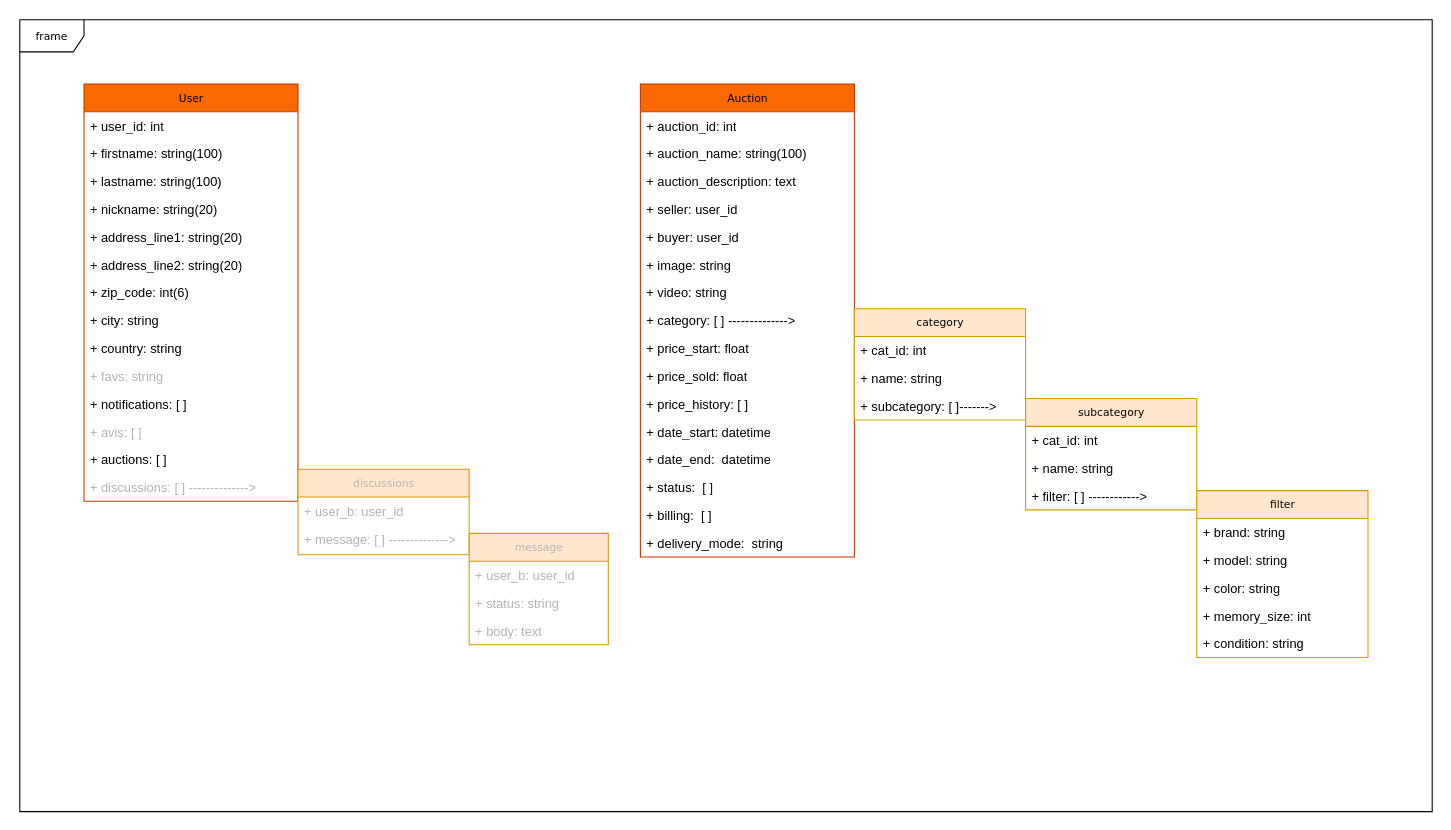
Before: Diagramme sans nom.drawio in leboncoin2023/leboncoin, a draw.io diagram. Source tidied: cells renumbered, new cells numbered last; positions are measured from the earlier drawing's top-left corner, leaving out a move shared by most shapes. Both pictures are drawn from the tidied source at 107%, with x=0, y=0 at pixel (19, 19).
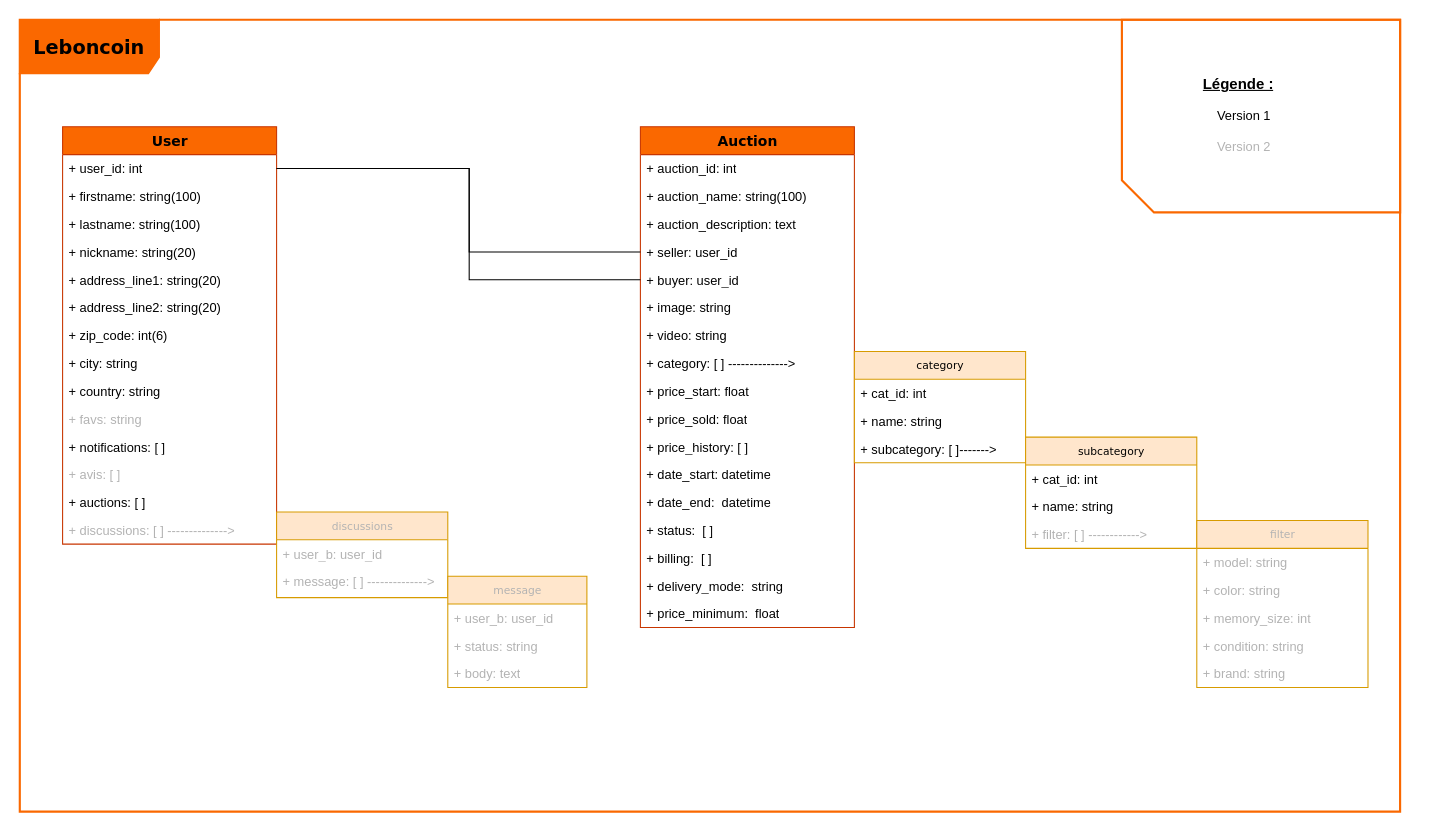
After the change.

Commit message (it also covers changes not shown here):
Mettre à jour Diagramme sans nom.drawio

Unchanged cells that the change refers to:
```xml
<mxCell id="4" value="+ user_id: int" style="text;html=1;strokeColor=none;fillColor=none;align=left;verticalAlign=top;spacingLeft=4;spacingRight=4;whiteSpace=wrap;overflow=hidden;points=[[0,0.5],[1,0.5]];portConstraint=eastwest;" parent="3" vertex="1">
  <mxGeometry y="26" width="200" height="26" as="geometry" />
</mxCell>
<mxCell id="29" value="+ seller: user_id" style="text;html=1;strokeColor=none;fillColor=none;align=left;verticalAlign=top;spacingLeft=4;spacingRight=4;whiteSpace=wrap;overflow=hidden;points=[[0,0.5],[1,0.5]];portConstraint=eastwest;" parent="25" vertex="1">
  <mxGeometry y="104" width="200" height="26" as="geometry" />
</mxCell>
<mxCell id="30" value="+ buyer: user_id" style="text;html=1;strokeColor=none;fillColor=none;align=left;verticalAlign=top;spacingLeft=4;spacingRight=4;whiteSpace=wrap;overflow=hidden;points=[[0,0.5],[1,0.5]];portConstraint=eastwest;" parent="25" vertex="1">
  <mxGeometry y="130" width="200" height="26" as="geometry" />
</mxCell>
```

Change to the diagram source:
```diff
@@
-    <mxCell id="2" value="frame" style="shape=umlFrame;whiteSpace=wrap;html=1;rounded=0;shadow=0;comic=0;labelBackgroundColor=none;strokeWidth=1;fontFamily=Verdana;fontSize=10;align=center;" parent="1" vertex="1">
-      <mxGeometry width="1320" height="740" as="geometry" />
+    <mxCell id="2" value="&lt;font style=&quot;font-size: 18px;&quot;&gt;&lt;b&gt;Leboncoin&lt;/b&gt;&lt;/font&gt;" style="shape=umlFrame;whiteSpace=wrap;html=1;rounded=0;shadow=0;comic=0;labelBackgroundColor=none;strokeWidth=2;fontFamily=Verdana;fontSize=10;align=center;width=130;height=50;fillColor=#fa6800;fontColor=#000000;strokeColor=#FA6800;" parent="1" vertex="1">
+      <mxGeometry width="1290" height="740" as="geometry" />
     </mxCell>
-    <mxCell id="3" value="User" style="swimlane;html=1;fontStyle=0;horizontal=1;startSize=26;fillColor=#fa6800;swimlaneFillColor=#ffffff;rounded=0;shadow=0;comic=0;labelBackgroundColor=none;strokeWidth=1;fontFamily=Verdana;fontSize=10;align=center;fontColor=#000000;strokeColor=#C73500;" parent="1" vertex="1">
-      <mxGeometry x="60" y="60" width="200" height="390" as="geometry" />
+    <mxCell id="3" value="User" style="swimlane;html=1;fontStyle=1;horizontal=1;startSize=26;fillColor=#fa6800;swimlaneFillColor=#ffffff;rounded=0;shadow=0;comic=0;labelBackgroundColor=none;strokeWidth=1;fontFamily=Verdana;fontSize=13;align=center;fontColor=#000000;strokeColor=#C73500;" parent="1" vertex="1">
+      <mxGeometry x="40" y="100" width="200" height="390" as="geometry" />
     </mxCell>
@@
     <mxCell id="18" value="&lt;font color=&quot;#b3b3b3&quot;&gt;discussions&lt;/font&gt;" style="swimlane;html=1;fontStyle=0;horizontal=1;startSize=26;fillColor=#ffe6cc;swimlaneFillColor=#ffffff;rounded=0;shadow=0;comic=0;labelBackgroundColor=none;strokeWidth=1;fontFamily=Verdana;fontSize=10;align=center;strokeColor=#d79b00;" parent="1" vertex="1">
-      <mxGeometry x="260" y="420" width="160" height="80" as="geometry" />
+      <mxGeometry x="240" y="460" width="160" height="80" as="geometry" />
     </mxCell>
@@
     <mxCell id="21" value="&lt;font color=&quot;#b3b3b3&quot;&gt;message&lt;/font&gt;" style="swimlane;html=1;fontStyle=0;horizontal=1;startSize=26;fillColor=#ffe6cc;swimlaneFillColor=#ffffff;rounded=0;shadow=0;comic=0;labelBackgroundColor=none;strokeWidth=1;fontFamily=Verdana;fontSize=10;align=center;strokeColor=#d79b00;" parent="1" vertex="1">
-      <mxGeometry x="420" y="480" width="130" height="104" as="geometry" />
+      <mxGeometry x="400" y="520" width="130" height="104" as="geometry" />
     </mxCell>
@@
-    <mxCell id="25" value="Auction" style="swimlane;html=1;fontStyle=0;horizontal=1;startSize=26;fillColor=#fa6800;swimlaneFillColor=#ffffff;rounded=0;shadow=0;comic=0;labelBackgroundColor=none;strokeWidth=1;fontFamily=Verdana;fontSize=10;align=center;fontColor=#000000;strokeColor=#C73500;" parent="1" vertex="1">
-      <mxGeometry x="580" y="60" width="200" height="442" as="geometry" />
+    <mxCell id="25" value="Auction" style="swimlane;html=1;fontStyle=1;horizontal=1;startSize=26;fillColor=#fa6800;swimlaneFillColor=#ffffff;rounded=0;shadow=0;comic=0;labelBackgroundColor=none;strokeWidth=1;fontFamily=Verdana;fontSize=13;align=center;fontColor=#000000;strokeColor=#C73500;" parent="1" vertex="1">
+      <mxGeometry x="580" y="100" width="200" height="468" as="geometry" />
     </mxCell>
@@
+    <mxCell id="56" value="+ price_minimum:&amp;nbsp; float" style="text;html=1;strokeColor=none;fillColor=none;align=left;verticalAlign=top;spacingLeft=4;spacingRight=4;whiteSpace=wrap;overflow=hidden;" parent="25" vertex="1">
+      <mxGeometry y="442" width="200" height="26" as="geometry" />
+    </mxCell>
     <mxCell id="42" value="&lt;font&gt;category&lt;/font&gt;" style="swimlane;html=1;fontStyle=0;horizontal=1;startSize=26;fillColor=#ffe6cc;swimlaneFillColor=#ffffff;rounded=0;shadow=0;comic=0;labelBackgroundColor=none;strokeWidth=1;fontFamily=Verdana;fontSize=10;align=center;strokeColor=#d79b00;fontColor=#000000;" parent="1" vertex="1">
-      <mxGeometry x="780" y="270" width="160" height="104" as="geometry" />
+      <mxGeometry x="780" y="310" width="160" height="104" as="geometry" />
     </mxCell>
@@
     <mxCell id="46" value="&lt;font&gt;subcategory&lt;/font&gt;" style="swimlane;html=1;fontStyle=0;horizontal=1;startSize=26;fillColor=#ffe6cc;swimlaneFillColor=#ffffff;rounded=0;shadow=0;comic=0;labelBackgroundColor=none;strokeWidth=1;fontFamily=Verdana;fontSize=10;align=center;strokeColor=#d79b00;fontColor=#000000;" parent="1" vertex="1">
-      <mxGeometry x="940" y="354" width="160" height="104" as="geometry" />
+      <mxGeometry x="940" y="390" width="160" height="104" as="geometry" />
     </mxCell>
@@
-    <mxCell id="49" value="&lt;font&gt;+ filter: [ ] ------------&amp;gt;&lt;br&gt;&lt;/font&gt;" style="text;html=1;strokeColor=none;fillColor=none;align=left;verticalAlign=top;spacingLeft=4;spacingRight=4;whiteSpace=wrap;overflow=hidden;fontColor=#000000;" parent="46" vertex="1">
+    <mxCell id="49" value="&lt;font&gt;+ filter: [ ] ------------&amp;gt;&lt;br&gt;&lt;/font&gt;" style="text;html=1;strokeColor=none;fillColor=none;align=left;verticalAlign=top;spacingLeft=4;spacingRight=4;whiteSpace=wrap;overflow=hidden;fontColor=#B3B3B3;" parent="46" vertex="1">
       <mxGeometry y="78" width="160" height="26" as="geometry" />
     </mxCell>
-    <mxCell id="50" value="&lt;font&gt;filter&lt;/font&gt;" style="swimlane;html=1;fontStyle=0;horizontal=1;startSize=26;fillColor=#ffe6cc;swimlaneFillColor=#ffffff;rounded=0;shadow=0;comic=0;labelBackgroundColor=none;strokeWidth=1;fontFamily=Verdana;fontSize=10;align=center;strokeColor=#d79b00;fontColor=#000000;" parent="1" vertex="1">
-      <mxGeometry x="1100" y="440" width="160" height="156" as="geometry" />
+    <mxCell id="50" value="&lt;font&gt;filter&lt;/font&gt;" style="swimlane;html=1;fontStyle=0;horizontal=1;startSize=26;fillColor=#ffe6cc;swimlaneFillColor=#ffffff;rounded=0;shadow=0;comic=0;labelBackgroundColor=none;strokeWidth=1;fontFamily=Verdana;fontSize=10;align=center;strokeColor=#d79b00;fontColor=#B3B3B3;" parent="1" vertex="1">
+      <mxGeometry x="1100" y="468" width="160" height="156" as="geometry" />
     </mxCell>
-    <mxCell id="51" value="&lt;font&gt;+ brand: string&lt;br&gt;&lt;/font&gt;" style="text;html=1;strokeColor=none;fillColor=none;align=left;verticalAlign=top;spacingLeft=4;spacingRight=4;whiteSpace=wrap;overflow=hidden;fontColor=#000000;" parent="50" vertex="1">
-      <mxGeometry y="26" width="160" height="26" as="geometry" />
-    </mxCell>
-    <mxCell id="52" value="&lt;font&gt;+ model: string&lt;br&gt;&lt;/font&gt;" style="text;html=1;strokeColor=none;fillColor=none;align=left;verticalAlign=top;spacingLeft=4;spacingRight=4;whiteSpace=wrap;overflow=hidden;fontColor=#000000;" parent="50" vertex="1">
-      <mxGeometry y="52" width="160" height="26" as="geometry" />
+    <mxCell id="52" value="&lt;font&gt;+ model: string&lt;br&gt;&lt;/font&gt;" style="text;html=1;strokeColor=none;fillColor=none;align=left;verticalAlign=top;spacingLeft=4;spacingRight=4;whiteSpace=wrap;overflow=hidden;fontColor=#B3B3B3;" parent="50" vertex="1">
+      <mxGeometry y="26" width="160" height="26" as="geometry" />
     </mxCell>
-    <mxCell id="53" value="&lt;font&gt;+ color: string&lt;br&gt;&lt;/font&gt;" style="text;html=1;strokeColor=none;fillColor=none;align=left;verticalAlign=top;spacingLeft=4;spacingRight=4;whiteSpace=wrap;overflow=hidden;fontColor=#000000;" parent="50" vertex="1">
-      <mxGeometry y="78" width="160" height="26" as="geometry" />
+    <mxCell id="53" value="&lt;font&gt;+ color: string&lt;br&gt;&lt;/font&gt;" style="text;html=1;strokeColor=none;fillColor=none;align=left;verticalAlign=top;spacingLeft=4;spacingRight=4;whiteSpace=wrap;overflow=hidden;fontColor=#B3B3B3;" parent="50" vertex="1">
+      <mxGeometry y="52" width="160" height="26" as="geometry" />
     </mxCell>
-    <mxCell id="54" value="&lt;font&gt;+ memory_size: int&lt;br&gt;&lt;/font&gt;" style="text;html=1;strokeColor=none;fillColor=none;align=left;verticalAlign=top;spacingLeft=4;spacingRight=4;whiteSpace=wrap;overflow=hidden;fontColor=#000000;" parent="50" vertex="1">
-      <mxGeometry y="104" width="160" height="26" as="geometry" />
+    <mxCell id="54" value="&lt;font&gt;+ memory_size: int&lt;br&gt;&lt;/font&gt;" style="text;html=1;strokeColor=none;fillColor=none;align=left;verticalAlign=top;spacingLeft=4;spacingRight=4;whiteSpace=wrap;overflow=hidden;fontColor=#B3B3B3;" parent="50" vertex="1">
+      <mxGeometry y="78" width="160" height="26" as="geometry" />
     </mxCell>
-    <mxCell id="55" value="&lt;font&gt;+ condition: string&lt;br&gt;&lt;/font&gt;" style="text;html=1;strokeColor=none;fillColor=none;align=left;verticalAlign=top;spacingLeft=4;spacingRight=4;whiteSpace=wrap;overflow=hidden;fontColor=#000000;" parent="50" vertex="1">
-      <mxGeometry y="130" width="160" height="26" as="geometry" />
+    <mxCell id="55" value="&lt;font&gt;+ condition: string&lt;br&gt;&lt;/font&gt;" style="text;html=1;strokeColor=none;fillColor=none;align=left;verticalAlign=top;spacingLeft=4;spacingRight=4;whiteSpace=wrap;overflow=hidden;fontColor=#B3B3B3;" parent="50" vertex="1">
+      <mxGeometry y="104" width="160" height="26" as="geometry" />
     </mxCell>
+    <mxCell id="51" value="&lt;font&gt;+ brand: string&lt;br&gt;&lt;/font&gt;" style="text;html=1;strokeColor=none;fillColor=none;align=left;verticalAlign=top;spacingLeft=4;spacingRight=4;whiteSpace=wrap;overflow=hidden;fontColor=#B3B3B3;" parent="50" vertex="1">
+      <mxGeometry y="130" width="160" height="26" as="geometry" />
+    </mxCell>
+    <mxCell id="57" style="edgeStyle=orthogonalEdgeStyle;jettySize=auto;html=1;rounded=0;exitX=1;exitY=0.5;exitDx=0;exitDy=0;entryX=0;entryY=0.5;entryDx=0;entryDy=0;endArrow=none;endFill=0;" parent="1" edge="1" source="4" target="29">
+      <mxGeometry relative="1" as="geometry">
+        <Array as="points">
+          <mxPoint x="420" y="139" />
+          <mxPoint x="420" y="217" />
+        </Array>
+      </mxGeometry>
+    </mxCell>
+    <mxCell id="58" style="endArrow=none;html=1;rounded=0;exitX=1;exitY=0.5;exitDx=0;exitDy=0;entryX=0;entryY=0.5;entryDx=0;entryDy=0;edgeStyle=orthogonalEdgeStyle;endFill=0;" parent="1" edge="1" source="4" target="30">
+      <mxGeometry relative="1" as="geometry">
+        <Array as="points">
+          <mxPoint x="420" y="139" />
+          <mxPoint x="420" y="243" />
+        </Array>
+      </mxGeometry>
+    </mxCell>
+    <mxCell id="59" style="shape=card;whiteSpace=wrap;html=1;rotation=-90;fillColor=none;fontColor=#000000;strokeColor=#FA6800;strokeWidth=2;" parent="1" vertex="1">
+      <mxGeometry x="1070" y="-40" width="180" height="260" as="geometry" />
+    </mxCell>
+    <mxCell id="60" value="&lt;div style=&quot;font-size: 14px;&quot;&gt;&lt;b&gt;&lt;u&gt;Légende :&lt;/u&gt;&lt;/b&gt;&lt;/div&gt;&lt;div&gt;&lt;br&gt;&lt;/div&gt;&lt;div&gt;&lt;span style=&quot;&quot;&gt;&lt;span style=&quot;white-space: pre;&quot;&gt;&amp;nbsp;&amp;nbsp;&amp;nbsp;&amp;nbsp;&lt;/span&gt;&lt;/span&gt;Version 1&lt;/div&gt;&lt;div&gt;&lt;span style=&quot;&quot;&gt;&lt;span style=&quot;white-space: pre;&quot;&gt;&amp;nbsp;&amp;nbsp;&amp;nbsp;&amp;nbsp;&lt;/span&gt;&lt;/span&gt;&lt;br&gt;&lt;div&gt;&lt;font color=&quot;#b3b3b3&quot;&gt;&lt;span style=&quot;white-space: pre;&quot;&gt;&amp;nbsp;&amp;nbsp;&amp;nbsp;&amp;nbsp;&lt;/span&gt;Version 2&lt;/font&gt;&lt;br&gt;&lt;/div&gt;&lt;/div&gt;" style="text;html=1;strokeColor=none;fillColor=none;align=left;verticalAlign=top;spacingLeft=4;spacingRight=4;whiteSpace=wrap;overflow=hidden;labelBackgroundColor=none;" parent="1" vertex="1">
+      <mxGeometry x="1100" y="45" width="130" height="90" as="geometry" />
+    </mxCell>
```
